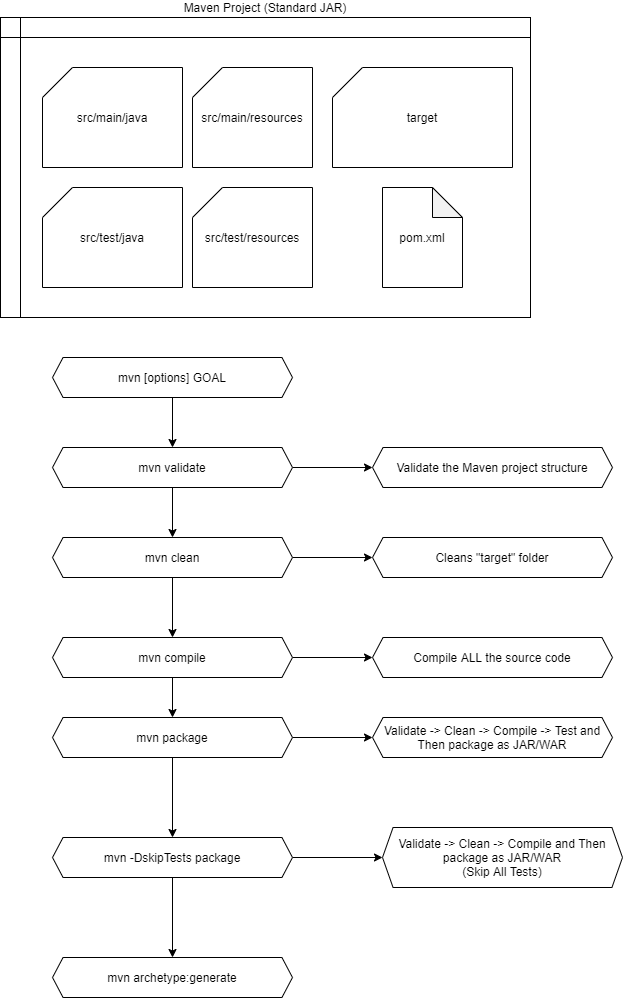
This is visualizations/git-devops-maven2.png from SainathReddy05/lti-aug-2020, a draw.io export, as it was before one commit. Source tidied: cells renumbered, new cells last; positions are measured from the earlier drawing's top-left corner, leaving out a move shared by most shapes.
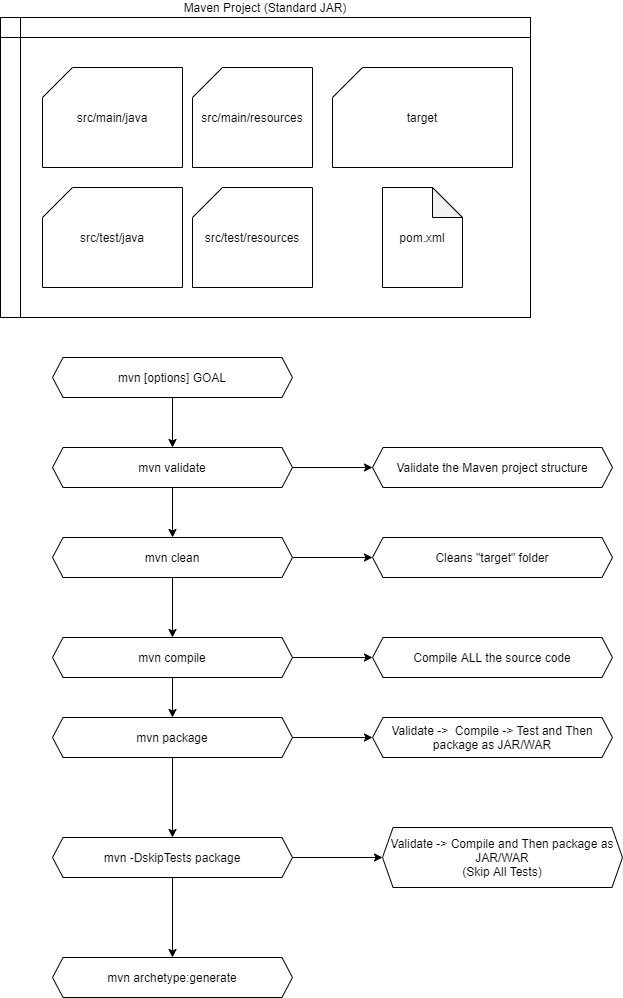
After the commit.

Commit message:
DevOps-Jenkins

Diff of the diagram source:
```diff
@@ -77,7 +77,7 @@
     <mxCell id="26" value="mvn archetype:generate" style="shape=hexagon;perimeter=hexagonPerimeter2;whiteSpace=wrap;html=1;size=0.04399993896484375;" parent="1" vertex="1">
       <mxGeometry x="52" y="940" width="240" height="40" as="geometry" />
     </mxCell>
-    <mxCell id="27" value="Validate -&amp;gt; Clean -&amp;gt; Compile -&amp;gt; Test and Then package as JAR/WAR" style="shape=hexagon;perimeter=hexagonPerimeter2;whiteSpace=wrap;html=1;size=0.04399993896484375;" parent="1" vertex="1">
+    <mxCell id="27" value="Validate -&amp;gt;&amp;nbsp; Compile -&amp;gt; Test and Then package as JAR/WAR" style="shape=hexagon;perimeter=hexagonPerimeter2;whiteSpace=wrap;html=1;size=0.04399993896484375;" parent="1" vertex="1">
       <mxGeometry x="372" y="700" width="240" height="40" as="geometry" />
     </mxCell>
     <mxCell id="28" value="Compile ALL the source code" style="shape=hexagon;perimeter=hexagonPerimeter2;whiteSpace=wrap;html=1;size=0.04399993896484375;" parent="1" vertex="1">
@@ -89,7 +89,7 @@
     <mxCell id="30" value="Validate the Maven project structure" style="shape=hexagon;perimeter=hexagonPerimeter2;whiteSpace=wrap;html=1;size=0.04399993896484375;" parent="1" vertex="1">
       <mxGeometry x="372" y="430" width="240" height="40" as="geometry" />
     </mxCell>
-    <mxCell id="31" value="Validate -&amp;gt; Clean -&amp;gt; Compile and Then package as JAR/WAR&lt;br&gt;(Skip All Tests)" style="shape=hexagon;perimeter=hexagonPerimeter2;whiteSpace=wrap;html=1;size=0.04399993896484375;" parent="1" vertex="1">
+    <mxCell id="31" value="Validate -&amp;gt; Compile and Then package as JAR/WAR&lt;br&gt;(Skip All Tests)" style="shape=hexagon;perimeter=hexagonPerimeter2;whiteSpace=wrap;html=1;size=0.04399993896484375;" parent="1" vertex="1">
       <mxGeometry x="382" y="810" width="240" height="60" as="geometry" />
     </mxCell>
   </root>
```
